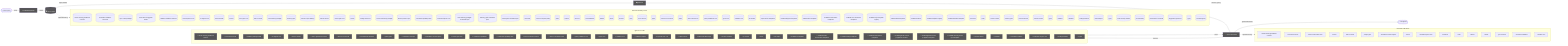
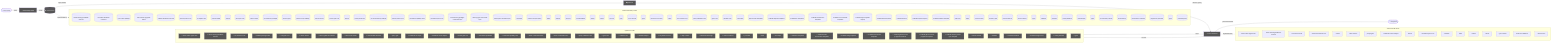
flowchart LR
  UserQ(["👤 User Query"])
  Embed["📐 Embedding Model"]
  VecDB[("📚 Vector Store")]
  Retriever["🔍 Retriever"]
  LLMNode["🧠 LLM / Generator"]
  Output(["✅ Response"])
  UserQ -->|query| Embed
  Embed -->|vector| VecDB
  VecDB -->|top-k chunks| Retriever
  Retriever -->|context + query| LLMNode
  LLMNode -->|generated answer| Output
  subgraph DetectedMemory["Detected memory stores"]
    det_detectedmemory_check_steering_feedback_contract_80134459[("check-steering-feedback-contract")]
    det_detectedmemory_normalize_workflow_contracts_8701f1c8[("normalize-workflow-contracts")]
    det_detectedmemory_sync_codex_preflight_7e7a8dc2[("sync-codex-preflight")]
    det_detectedmemory_test_harness_upgrade_matrix_84113c4e[("test-harness-upgrade-matrix")]
    det_detectedmemory_validate_workflow_contracts_33dc063c[("validate-workflow-contracts")]
    det_detectedmemory_branch_protect_core_a8feb0fd[("branch-protect-core")]
    det_detectedmemory_ci_migrate_core_7005b5af[("ci-migrate-core")]
    det_detectedmemory_context_health_80bb7da9[("context-health")]
    det_detectedmemory_context_ea7792a2[("context")]
    det_detectedmemory_docs_gate_core_eb9b6c18[("docs-gate-core")]
    det_detectedmemory_index_context_de3ed39d[("index-context")]
    det_detectedmemory_local_memory_preflight_dcc36c42[("local-memory-preflight")]
    det_detectedmemory_memory_gate_a577a506[("memory-gate")]
    det_detectedmemory_pattern_scope_siblings_43abe000[("pattern-scope-siblings")]
    det_detectedmemory_review_context_ca6cf81d[("review-context")]
    det_detectedmemory_review_gate_core_4c8001f9[("review-gate-core")]
    det_detectedmemory_search_24193290[("search")]
    det_detectedmemory_tooling_audit_core_328d6a41[("tooling-audit-core")]
    det_detectedmemory_run_local_memory_preflight_36e92808[("run-local-memory-preflight")]
    det_detectedmemory_branch_protect_sync_570adb18[("branch-protect-sync")]
    det_detectedmemory_command_capability_rules_ca3f496a[("command-capability-rules")]
    det_detectedmemory_command_specs_core_1c0ffc99[("command-specs-core")]
    det_detectedmemory_local_memory_preflight_command_spec_9e23f3ce[("local-memory-preflight-command-spec")]
    det_detectedmemory_memory_gate_command_spec_dc9001a9[("memory-gate-command-spec")]
    det_detectedmemory_review_gate_command_spec_3187376a[("review-gate-command-spec")]
    det_detectedmemory_constants_7517017f[("constants")]
    det_detectedmemory_context_compact_policy_3dcaf95d[("context-compact-policy")]
    det_detectedmemory_index_1bc04b52[("index")]
    det_detectedmemory_indexer_70fa78e5[("indexer")]
    det_detectedmemory_init_error_5c7dd49f[("init-error")]
    det_detectedmemory_lexical_fallback_723e2b3e[("lexical-fallback")]
    det_detectedmemory_ollama_76e3c7bf[("ollama")]
    det_detectedmemory_rollout_a4fa034c[("rollout")]
    det_detectedmemory_sources_878a52fc[("sources")]
    det_detectedmemory_store_824d80d7[("store")]
    det_detectedmemory_sync_contract_c79fa191[("sync-contract")]
    det_detectedmemory_types_3_9675d69b[("types")]
    det_detectedmemory_harness_run_context_ac7c77a9[("harness-run-context")]
    det_detectedmemory_index_1_faebc14e[("index")]
    det_detectedmemory_json_schema_core_96d7e328[("json-schema-core")]
    det_detectedmemory_policy_validators_core_714a3fe7[("policy-validators-core")]
    det_detectedmemory_types_core_e405ddca[("types-core")]
    det_detectedmemory_validator_core_4358f8ba[("validator-core")]
    det_detectedmemory_init_modes_c05ceb07[("init-modes")]
    det_detectedmemory_project_brain_templates_7ef51530[("project-brain-templates")]
    det_detectedmemory_scaffold_diagram_templates_dd88e83c[("scaffold-diagram-templates")]
    det_detectedmemory_scaffold_doc_templates_f6152330[("scaffold-doc-templates")]
    det_detectedmemory_scaffold_environment_templates_c1ceba6a[("scaffold-environment-templates")]
    det_detectedmemory_scaffold_root_command_templates_404fed7f[("scaffold-root-command-templates")]
    det_detectedmemory_scaffold_script_template_registry_69312d4e[("scaffold-script-template-registry")]
    det_detectedmemory_scaffold_shell_templates_0ad0f915[("scaffold-shell-templates")]
    det_detectedmemory_scaffold_surfaces_12d6494e[("scaffold-surfaces")]
    det_detectedmemory_scaffold_template_registry_b1cce2aa[("scaffold-template-registry")]
    det_detectedmemory_scaffold_workflow_template_92310587[("scaffold-workflow-template")]
    det_detectedmemory_eval_seed_5699fd3e[("eval-seed")]
    det_detectedmemory_index_4_013aa0e3[("index")]
    det_detectedmemory_review_context_1_e3afed15[("review-context")]
    det_detectedmemory_memory_gate_1_265164ac[("memory-gate")]
    det_detectedmemory_branch_enforcer_acb749cd[("branch-enforcer")]
    det_detectedmemory_metrics_tracker_98cec29c[("metrics-tracker")]
    det_detectedmemory_types_10_75e5a4a0[("types")]
    det_detectedmemory_validator_4_5180cf23[("validator")]
    det_detectedmemory_classifier_fe1991a9[("classifier")]
    det_detectedmemory_tooling_baseline_50ab2eeb[("tooling-baseline")]
    det_detectedmemory_claim_helpers_20dc8387[("claim-helpers")]
    det_detectedmemory_types_14_fe7507be[("types")]
    det_detectedmemory_local_memory_smoke_1175abfc[("local-memory-smoke")]
    det_detectedmemory_local_memory_0db17ecc[("local-memory")]
    det_detectedmemory_performance_overload_c685bfcf[("performance-overload")]
    det_detectedmemory_suggestion_generator_0956f794[("suggestion-generator")]
    det_detectedmemory_types_19_eb4ad5f0[("types")]
    det_detectedmemory_overload_guard_2748c559[("overload-guard")]
  end
  VecDB -. "implemented by" .-> DetectedMemory
  subgraph DetectedLLM["Detected LLM clients"]
+     det_detectedllm_check_codex_agent_roles_5bb2e89b["check-codex-agent-roles"]
    det_detectedllm_check_steering_feedback_contract_80134459["check-steering-feedback-contract"]
    det_detectedllm_run_harness_evals_77704768["run-harness-evals"]
    det_detectedllm_check_environment_core_2c16213f["check-environment-core"]
    det_detectedllm_context_ea7792a2["context"]
    det_detectedllm_index_context_de3ed39d["index-context"]
    det_detectedllm_prompt_gate_c5e9d207["prompt-gate"]
    det_detectedllm_remediate_runner_helpers_929fedcc["remediate-runner-helpers"]
    det_detectedllm_search_24193290["search"]
    det_detectedllm_command_specs_core_1c0ffc99["command-specs-core"]
    det_detectedllm_constants_7517017f["constants"]
    det_detectedllm_index_1bc04b52["index"]
    det_detectedllm_indexer_70fa78e5["indexer"]
    det_detectedllm_ollama_76e3c7bf["ollama"]
    det_detectedllm_sync_contract_c79fa191["sync-contract"]
    det_detectedllm_north_star_validators_cfc926ce["north-star-validators"]
    det_detectedllm_sensitive_text_7c11f760["sensitive-text"]
  end
  LLMNode -. "implemented by" .-> DetectedLLM
  subgraph DetectedTools["Agentic tool calls"]
+     det_detectedtools_check_codex_agent_roles_5bb2e89b["🔧 check-codex-agent-roles"]
    det_detectedtools_check_steering_feedback_contract_80134459["🔧 check-steering-feedback-contract"]
    det_detectedtools_run_harness_evals_77704768["🔧 run-harness-evals"]
    det_detectedtools_validate_packaged_skill_5e32c890["🔧 validate-packaged-skill"]
    det_detectedtools_ci_migrate_core_7005b5af["🔧 ci-migrate-core"]
    det_detectedtools_doctor_checks_5a2eb2b9["🔧 doctor-checks"]
    det_detectedtools_doctor_github_tool_checks_a53b0382["🔧 doctor-github-tool-checks"]
    det_detectedtools_doctor_tool_checks_4acac51a["🔧 doctor-tool-checks"]
    det_detectedtools_next_blocked_decisions_4140ad2b["🔧 next-blocked-decisions"]
    det_detectedtools_policy_gate_213f7313["🔧 policy-gate"]
    det_detectedtools_remediate_cli_output_cc165396["🔧 remediate-cli-output"]
    det_detectedtools_remediate_runner_helpers_929fedcc["🔧 remediate-runner-helpers"]
    det_detectedtools_review_gate_core_4c8001f9["🔧 review-gate-core"]
    det_detectedtools_command_capabilities_a4d5c71e["🔧 command-capabilities"]
    det_detectedtools_command_capability_rules_ca3f496a["🔧 command-capability-rules"]
    det_detectedtools_linear_command_actions_e430f4f4["🔧 linear-command-actions"]
    det_detectedtools_linear_command_runner_4a740dfc["🔧 linear-command-runner"]
    det_detectedtools_policy_validators_core_714a3fe7["🔧 policy-validators-core"]
    det_detectedtools_types_core_e405ddca["🔧 types-core"]
    det_detectedtools_validator_core_4358f8ba["🔧 validator-core"]
    det_detectedtools_validator_helpers_7b927667["🔧 validator-helpers"]
    det_detectedtools_he_phase_exit_core_1148895b["🔧 he-phase-exit-core"]
    det_detectedtools_ralph_runtime_73d63c0e["🔧 ralph-runtime"]
    det_detectedtools_observed_skill_usage_ed7d5930["🔧 observed-skill-usage"]
    det_detectedtools_closure_evidence_aaa31467["🔧 closure-evidence"]
    det_detectedtools_pr_creator_dc6b1ea4["🔧 pr-creator"]
    det_detectedtools_client_948fe603["🔧 client"]
    det_detectedtools_init_output_360dce91["🔧 init-output"]
    det_detectedtools_scaffold_ci_templates_2afd6392["🔧 scaffold-ci-templates"]
    det_detectedtools_scaffold_codex_environment_templates_334fbbed["🔧 scaffold-codex-environment-templates"]
    det_detectedtools_scaffold_config_templates_4b80ce53["🔧 scaffold-config-templates"]
    det_detectedtools_scaffold_environment_templates_c1ceba6a["🔧 scaffold-environment-templates"]
    det_detectedtools_scaffold_github_actions_pr_pipeline_renderer_1ee18de5["🔧 scaffold-github-actions-pr-pipeline-renderer"]
    det_detectedtools_scaffold_github_actions_pr_pipeline_template_e2b85f62["🔧 scaffold-github-actions-pr-pipeline-template"]
    det_detectedtools_scaffold_release_private_npm_template_075499f8["🔧 scaffold-release-private-npm-template"]
    det_detectedtools_metrics_tracker_98cec29c["🔧 metrics-tracker"]
    det_detectedtools_validator_4_5180cf23["🔧 validator"]
    det_detectedtools_normalise_renderer_85f2e563["🔧 normalise-renderer"]
    det_detectedtools_evaluation_engine_core_e054fe49["🔧 evaluation-engine-core"]
    det_detectedtools_tooling_baseline_50ab2eeb["🔧 tooling-baseline"]
    det_detectedtools_types_21_5756f9dc["🔧 types"]
  end
  LLMNode -->|tool use| DetectedTools
  DetectedTools -->|result| LLMNode
  classDef memNode fill:#555,color:#fff
  class VecDB,Retriever memNode
  classDef llmNode fill:#555,color:#fff
  class LLMNode,Embed llmNode
  classDef toolNode fill:#555,color:#fff
-   class det_detectedtools_check_steering_feedback_contract_80134459,det_detectedtools_run_harness_evals_77704768,det_detectedtools_validate_packaged_skill_5e32c890,det_detectedtools_ci_migrate_core_7005b5af,det_detectedtools_doctor_checks_5a2eb2b9,det_detectedtools_doctor_github_tool_checks_a53b0382,det_detectedtools_doctor_tool_checks_4acac51a,det_detectedtools_next_blocked_decisions_4140ad2b,det_detectedtools_policy_gate_213f7313,det_detectedtools_remediate_cli_output_cc165396,det_detectedtools_remediate_runner_helpers_929fedcc,det_detectedtools_review_gate_core_4c8001f9,det_detectedtools_command_capabilities_a4d5c71e,det_detectedtools_command_capability_rules_ca3f496a,det_detectedtools_linear_command_actions_e430f4f4,det_detectedtools_linear_command_runner_4a740dfc,det_detectedtools_policy_validators_core_714a3fe7,det_detectedtools_types_core_e405ddca,det_detectedtools_validator_core_4358f8ba,det_detectedtools_validator_helpers_7b927667,det_detectedtools_he_phase_exit_core_1148895b,det_detectedtools_ralph_runtime_73d63c0e,det_detectedtools_observed_skill_usage_ed7d5930,det_detectedtools_closure_evidence_aaa31467,det_detectedtools_pr_creator_dc6b1ea4,det_detectedtools_client_948fe603,det_detectedtools_init_output_360dce91,det_detectedtools_scaffold_ci_templates_2afd6392,det_detectedtools_scaffold_codex_environment_templates_334fbbed,det_detectedtools_scaffold_config_templates_4b80ce53,det_detectedtools_scaffold_environment_templates_c1ceba6a,det_detectedtools_scaffold_github_actions_pr_pipeline_renderer_1ee18de5,det_detectedtools_scaffold_github_actions_pr_pipeline_template_e2b85f62,det_detectedtools_scaffold_release_private_npm_template_075499f8,det_detectedtools_metrics_tracker_98cec29c,det_detectedtools_validator_4_5180cf23,det_detectedtools_normalise_renderer_85f2e563,det_detectedtools_evaluation_engine_core_e054fe49,det_detectedtools_tooling_baseline_50ab2eeb,det_detectedtools_types_21_5756f9dc toolNode
+   class det_detectedtools_check_codex_agent_roles_5bb2e89b,det_detectedtools_check_steering_feedback_contract_80134459,det_detectedtools_run_harness_evals_77704768,det_detectedtools_validate_packaged_skill_5e32c890,det_detectedtools_ci_migrate_core_7005b5af,det_detectedtools_doctor_checks_5a2eb2b9,det_detectedtools_doctor_github_tool_checks_a53b0382,det_detectedtools_doctor_tool_checks_4acac51a,det_detectedtools_next_blocked_decisions_4140ad2b,det_detectedtools_policy_gate_213f7313,det_detectedtools_remediate_cli_output_cc165396,det_detectedtools_remediate_runner_helpers_929fedcc,det_detectedtools_review_gate_core_4c8001f9,det_detectedtools_command_capabilities_a4d5c71e,det_detectedtools_command_capability_rules_ca3f496a,det_detectedtools_linear_command_actions_e430f4f4,det_detectedtools_linear_command_runner_4a740dfc,det_detectedtools_policy_validators_core_714a3fe7,det_detectedtools_types_core_e405ddca,det_detectedtools_validator_core_4358f8ba,det_detectedtools_validator_helpers_7b927667,det_detectedtools_he_phase_exit_core_1148895b,det_detectedtools_ralph_runtime_73d63c0e,det_detectedtools_observed_skill_usage_ed7d5930,det_detectedtools_closure_evidence_aaa31467,det_detectedtools_pr_creator_dc6b1ea4,det_detectedtools_client_948fe603,det_detectedtools_init_output_360dce91,det_detectedtools_scaffold_ci_templates_2afd6392,det_detectedtools_scaffold_codex_environment_templates_334fbbed,det_detectedtools_scaffold_config_templates_4b80ce53,det_detectedtools_scaffold_environment_templates_c1ceba6a,det_detectedtools_scaffold_github_actions_pr_pipeline_renderer_1ee18de5,det_detectedtools_scaffold_github_actions_pr_pipeline_template_e2b85f62,det_detectedtools_scaffold_release_private_npm_template_075499f8,det_detectedtools_metrics_tracker_98cec29c,det_detectedtools_validator_4_5180cf23,det_detectedtools_normalise_renderer_85f2e563,det_detectedtools_evaluation_engine_core_e054fe49,det_detectedtools_tooling_baseline_50ab2eeb,det_detectedtools_types_21_5756f9dc toolNode
